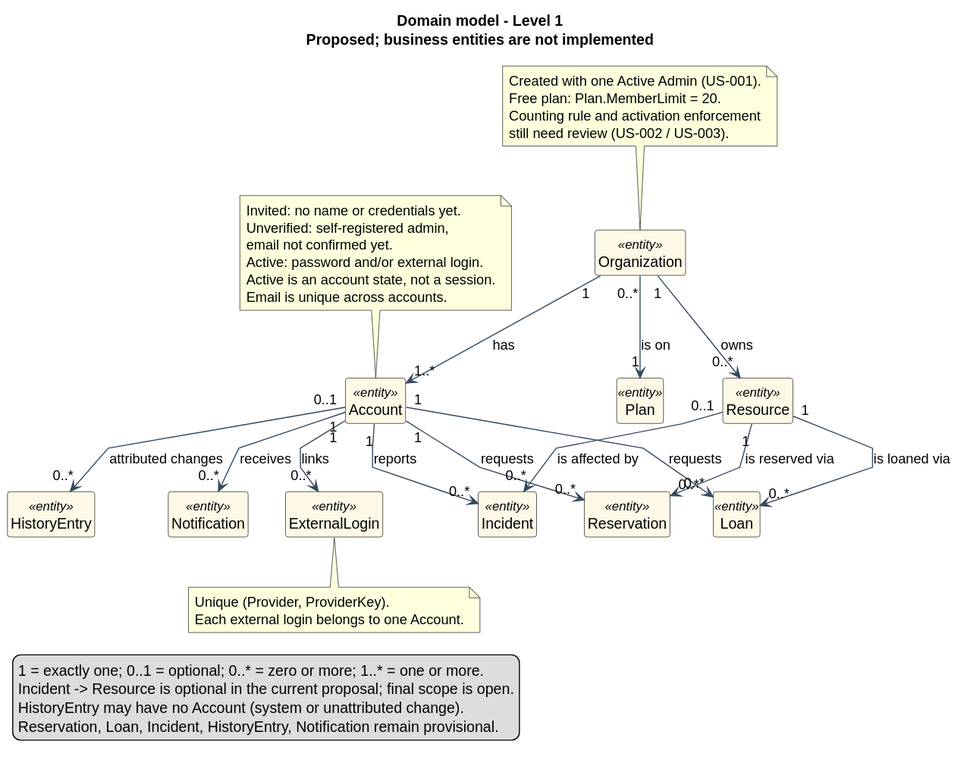
Before: docs/domain-models/svg/domain-model-level-1.svg, a diagram exported from PlantUML (vscosousa/Nexo). Its source is kept beside it as docs/domain-models/puml/domain-model-level-1.puml.
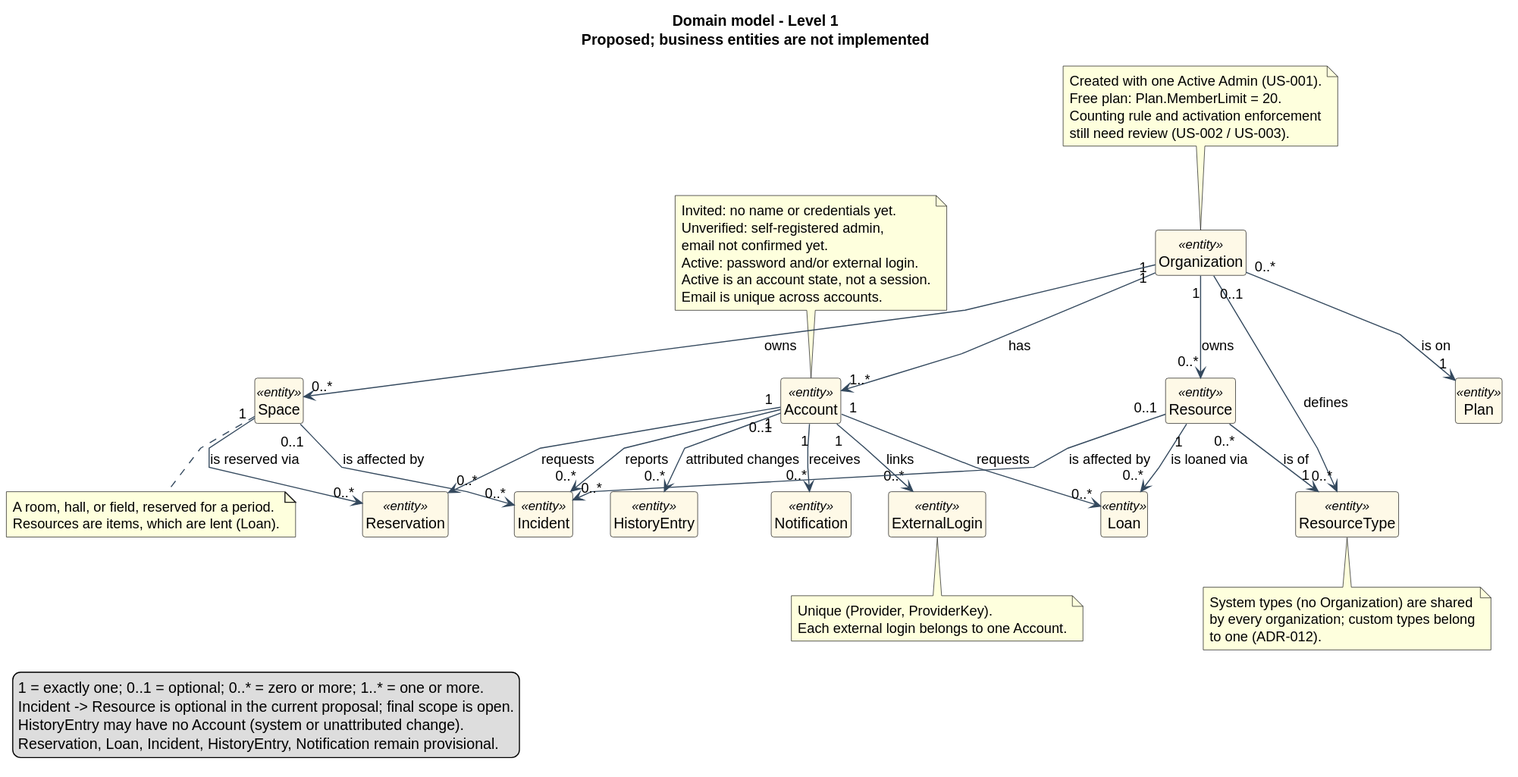
The same diagram one commit later.

Change to the diagram source:
```diff
@@ -19,6 +19,8 @@
 entity Account <<entity>> {}
 entity ExternalLogin <<entity>> {}
 entity Resource <<entity>> {}
+entity Space <<entity>> {}
+entity ResourceType <<entity>> {}
 entity Reservation <<entity>> {}
 entity Loan <<entity>> {}
 entity Incident <<entity>> {}
@@ -28,15 +30,19 @@
 Organization "0..*" --> "1" Plan : is on
 Organization "1" --> "1..*" Account : has
 Organization "1" --> "0..*" Resource : owns
+Organization "1" --> "0..*" Space : owns
+Organization "0..1" --> "0..*" ResourceType : defines
+Resource "0..*" --> "1" ResourceType : is of
 Account "1" --> "0..*" ExternalLogin : links
 Account "1" --> "0..*" Reservation : requests
 Account "1" --> "0..*" Loan : requests
 Account "1" --> "0..*" Incident : reports
 Account "0..1" --> "0..*" HistoryEntry : attributed changes
 Account "1" --> "0..*" Notification : receives
-Resource "1" --> "0..*" Reservation : is reserved via
+Space "1" --> "0..*" Reservation : is reserved via
 Resource "1" --> "0..*" Loan : is loaned via
 Resource "0..1" --> "0..*" Incident : is affected by
+Space "0..1" --> "0..*" Incident : is affected by
 
 note top of Account
   Invited: no name or credentials yet.
@@ -54,6 +60,17 @@
   still need review (US-002 / US-003).
 end note
 
+note bottom of Space
+  A room, hall, or field, reserved for a period.
+  Resources are items, which are lent (Loan).
+end note
+
+note bottom of ResourceType
+  System types (no Organization) are shared
+  by every organization; custom types belong
+  to one (ADR-012).
+end note
+
 note bottom of ExternalLogin
   Unique (Provider, ProviderKey).
   Each external login belongs to one Account.
```
